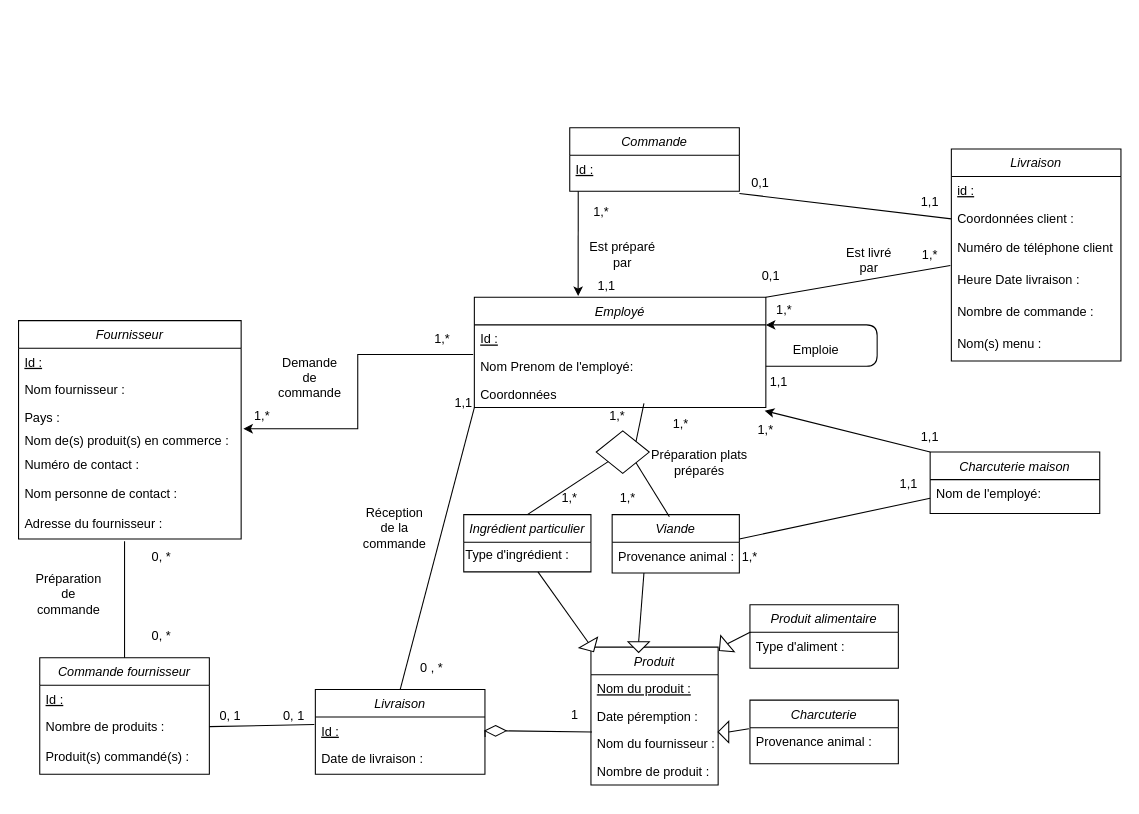
NHatim/aca keeps this draw.io diagram as Untitled Diagram.drawio. Above is the earlier version. Source tidied: cells renumbered, new cells numbered last; positions are measured from the earlier drawing's top-left corner, leaving out a move shared by most shapes. Both pictures are drawn from the tidied source at 106%, with x=0, y=0 at pixel (18, 127).
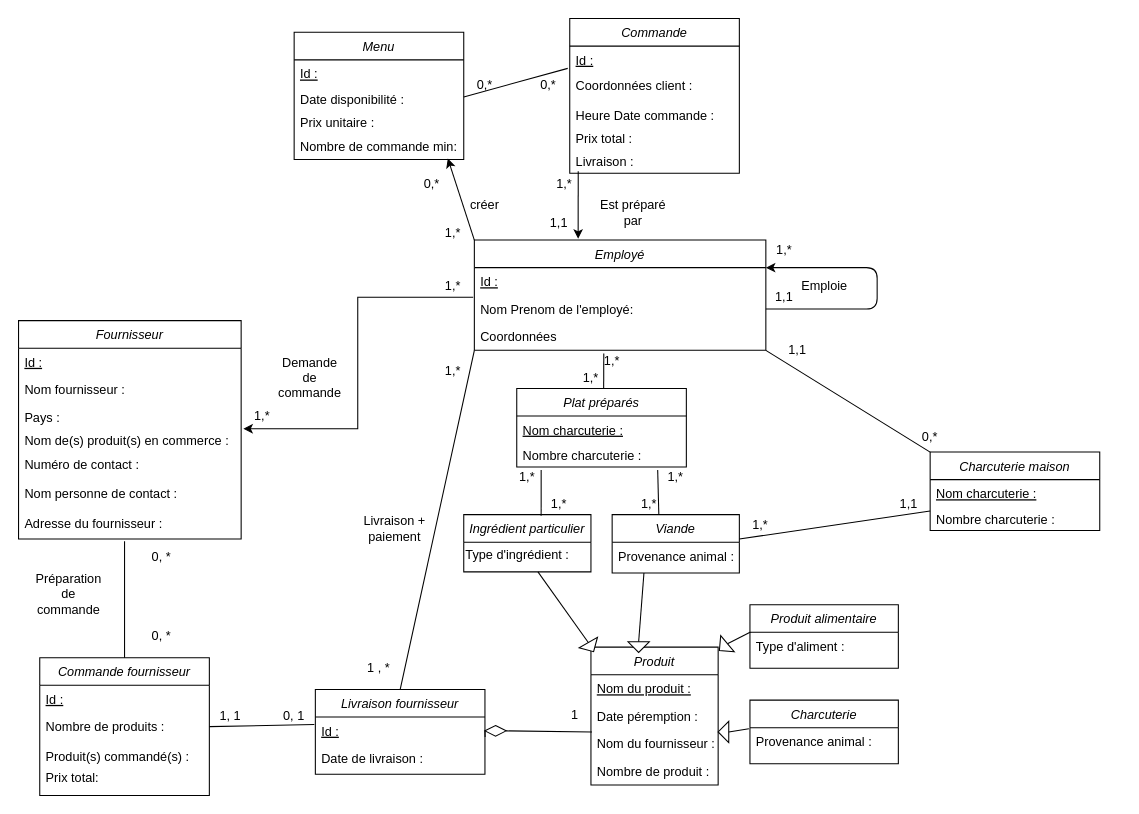
After the change.

Unchanged cells that the change refers to:
```xml
<mxCell id="2" value="Viande" style="swimlane;fontStyle=2;align=center;verticalAlign=top;horizontal=1;startSize=26;rounded=0;shadow=0;strokeWidth=1;" parent="1" vertex="1">
  <mxGeometry x="560" y="365" width="120" height="55" as="geometry" />
</mxCell>
<mxCell id="38" value="Coordonnées" style="text;align=left;verticalAlign=top;spacingLeft=4;spacingRight=4;overflow=hidden;points=[[0,0.5],[1,0.5]];portConstraint=eastwest;" parent="34" vertex="1">
  <mxGeometry y="78" width="275" height="26" as="geometry" />
</mxCell>
<mxCell id="55" value="Ingrédient particulier" style="swimlane;fontStyle=2;align=center;verticalAlign=top;horizontal=1;startSize=26;rounded=0;shadow=0;strokeWidth=1;" parent="1" vertex="1">
  <mxGeometry x="420" y="365" width="120" height="54" as="geometry" />
</mxCell>
```

Change to the diagram source:
```diff
@@
     <mxCell id="12" value="Commande fournisseur" style="swimlane;fontStyle=2;align=center;verticalAlign=top;horizontal=1;startSize=26;rounded=0;shadow=0;strokeWidth=1;" parent="1" vertex="1">
-      <mxGeometry x="20" y="500" width="160" height="110" as="geometry" />
+      <mxGeometry x="20" y="500" width="160" height="130" as="geometry" />
     </mxCell>
@@
     <mxCell id="15" value="Produit(s) commandé(s) :" style="text;align=left;verticalAlign=top;spacingLeft=4;spacingRight=4;overflow=hidden;fontStyle=0;" parent="12" vertex="1">
-      <mxGeometry y="80" width="160" height="22" as="geometry" />
+      <mxGeometry y="80" width="160" height="20" as="geometry" />
     </mxCell>
+    <mxCell id="102" value="Prix total:" style="text;align=left;verticalAlign=top;spacingLeft=4;spacingRight=4;overflow=hidden;fontStyle=0;" parent="12" vertex="1">
+      <mxGeometry y="100" width="160" height="20" as="geometry" />
+    </mxCell>
-    <mxCell id="16" value="Livraison" style="swimlane;fontStyle=2;align=center;verticalAlign=top;horizontal=1;startSize=26;rounded=0;shadow=0;strokeWidth=1;" parent="1" vertex="1">
+    <mxCell id="16" value="Livraison fournisseur" style="swimlane;fontStyle=2;align=center;verticalAlign=top;horizontal=1;startSize=26;rounded=0;shadow=0;strokeWidth=1;" parent="1" vertex="1">
       <mxGeometry x="280" y="530" width="160" height="80" as="geometry" />
     </mxCell>
@@
-    <mxCell id="23" value="0, 1" style="text;html=1;strokeColor=none;fillColor=none;align=center;verticalAlign=middle;whiteSpace=wrap;rounded=0;" parent="1" vertex="1">
+    <mxCell id="23" value="1, 1" style="text;html=1;strokeColor=none;fillColor=none;align=center;verticalAlign=middle;whiteSpace=wrap;rounded=0;" parent="1" vertex="1">
       <mxGeometry x="180" y="545" width="40" height="20" as="geometry" />
     </mxCell>
@@
-    <mxCell id="25" value="0 , *" style="text;html=1;strokeColor=none;fillColor=none;align=center;verticalAlign=middle;whiteSpace=wrap;rounded=0;" parent="1" vertex="1">
-      <mxGeometry x="370" y="500" width="40" height="20" as="geometry" />
+    <mxCell id="25" value="1 , *" style="text;html=1;strokeColor=none;fillColor=none;align=center;verticalAlign=middle;whiteSpace=wrap;rounded=0;" parent="1" vertex="1">
+      <mxGeometry x="320" y="500" width="40" height="20" as="geometry" />
     </mxCell>
-    <mxCell id="26" value="1,1" style="text;html=1;strokeColor=none;fillColor=none;align=center;verticalAlign=middle;whiteSpace=wrap;rounded=0;" parent="1" vertex="1">
-      <mxGeometry x="400" y="250" width="40" height="20" as="geometry" />
-    </mxCell>
@@
-    <mxCell id="31" value="1,*" style="text;html=1;strokeColor=none;fillColor=none;align=center;verticalAlign=middle;whiteSpace=wrap;rounded=0;" parent="1" vertex="1">
-      <mxGeometry x="545" y="262" width="40" height="20" as="geometry" />
-    </mxCell>
-    <mxCell id="32" value="Réception de la commande" style="text;html=1;strokeColor=none;fillColor=none;align=center;verticalAlign=middle;whiteSpace=wrap;rounded=0;" parent="1" vertex="1">
+    <mxCell id="32" value="Livraison + paiement" style="text;html=1;strokeColor=none;fillColor=none;align=center;verticalAlign=middle;whiteSpace=wrap;rounded=0;" parent="1" vertex="1">
       <mxGeometry x="320" y="368" width="70" height="20" as="geometry" />
     </mxCell>
@@
     <mxCell id="34" value="Employé" style="swimlane;fontStyle=2;align=center;verticalAlign=top;horizontal=1;startSize=26;rounded=0;shadow=0;strokeWidth=1;" parent="1" vertex="1">
-      <mxGeometry x="430" y="160" width="275" height="104" as="geometry" />
+      <mxGeometry x="430" y="106" width="275" height="104" as="geometry" />
     </mxCell>
@@
-    <mxCell id="39" style="rhombus;whiteSpace=wrap;html=1;" parent="1" vertex="1">
-      <mxGeometry x="545" y="286" width="50" height="40" as="geometry" />
-    </mxCell>
-    <mxCell id="40" style="endArrow=none;html=1;exitX=1;exitY=1;exitDx=0;exitDy=0;entryX=0.45;entryY=0.036;entryDx=0;entryDy=0;entryPerimeter=0;" parent="1" edge="1" source="39" target="2">
-      <mxGeometry relative="1" as="geometry" />
-    </mxCell>
-    <mxCell id="41" style="endArrow=none;html=1;exitX=1;exitY=0;exitDx=0;exitDy=0;" parent="1" edge="1" source="39">
-      <mxGeometry relative="1" as="geometry">
-        <mxPoint x="590" y="260" as="targetPoint" />
-      </mxGeometry>
-    </mxCell>
-    <mxCell id="42" style="endArrow=none;html=1;exitX=0.5;exitY=0;exitDx=0;exitDy=0;" parent="1" edge="1" source="55" target="39">
-      <mxGeometry relative="1" as="geometry" />
-    </mxCell>
-    <mxCell id="43" value="Préparation plats préparés" style="text;html=1;strokeColor=none;fillColor=none;align=center;verticalAlign=middle;whiteSpace=wrap;rounded=0;" parent="1" vertex="1">
-      <mxGeometry x="590" y="299" width="105" height="34" as="geometry" />
-    </mxCell>
-    <mxCell id="44" value="1,*" style="text;html=1;strokeColor=none;fillColor=none;align=center;verticalAlign=middle;whiteSpace=wrap;rounded=0;" parent="1" vertex="1">
-      <mxGeometry x="605" y="270" width="40" height="20" as="geometry" />
-    </mxCell>
-    <mxCell id="45" value="1,*" style="text;html=1;strokeColor=none;fillColor=none;align=center;verticalAlign=middle;whiteSpace=wrap;rounded=0;" parent="1" vertex="1">
-      <mxGeometry x="500" y="340" width="40" height="20" as="geometry" />
-    </mxCell>
-    <mxCell id="46" value="1,*" style="text;html=1;strokeColor=none;fillColor=none;align=center;verticalAlign=middle;whiteSpace=wrap;rounded=0;" parent="1" vertex="1">
-      <mxGeometry x="555" y="340" width="40" height="20" as="geometry" />
-    </mxCell>
@@
     <mxCell id="64" value="1,*" style="text;html=1;strokeColor=none;fillColor=none;align=center;verticalAlign=middle;whiteSpace=wrap;rounded=0;" parent="1" vertex="1">
-      <mxGeometry x="670" y="395" width="40" height="20" as="geometry" />
+      <mxGeometry x="680" y="365" width="40" height="20" as="geometry" />
     </mxCell>
     <mxCell id="65" value="Charcuterie maison" style="swimlane;fontStyle=2;align=center;verticalAlign=top;horizontal=1;startSize=26;rounded=0;shadow=0;strokeWidth=1;" parent="1" vertex="1">
-      <mxGeometry x="860" y="306" width="160" height="58" as="geometry" />
+      <mxGeometry x="860" y="306" width="160" height="74" as="geometry" />
     </mxCell>
-    <mxCell id="66" value="Nom de l'employé:" style="text;align=left;verticalAlign=top;spacingLeft=4;spacingRight=4;overflow=hidden;" parent="65" vertex="1">
-      <mxGeometry y="26" width="160" height="26" as="geometry" />
-    </mxCell>
+    <mxCell id="103" value="Nom charcuterie :" style="text;align=left;verticalAlign=top;spacingLeft=4;spacingRight=4;overflow=hidden;fontStyle=4;" parent="65" vertex="1">
+      <mxGeometry y="26" width="160" height="24" as="geometry" />
+    </mxCell>
+    <mxCell id="104" value="Nombre charcuterie :" style="text;align=left;verticalAlign=top;spacingLeft=4;spacingRight=4;overflow=hidden;fontStyle=0;" parent="65" vertex="1">
+      <mxGeometry y="50" width="160" height="24" as="geometry" />
+    </mxCell>
@@
-    <mxCell id="68" value="1,1" style="text;html=1;strokeColor=none;fillColor=none;align=center;verticalAlign=middle;whiteSpace=wrap;rounded=0;" parent="1" vertex="1">
+    <mxCell id="68" value="0,*" style="text;html=1;strokeColor=none;fillColor=none;align=center;verticalAlign=middle;whiteSpace=wrap;rounded=0;" parent="1" vertex="1">
       <mxGeometry x="840" y="282" width="40" height="20" as="geometry" />
     </mxCell>
-    <mxCell id="69" value="1,*" style="text;html=1;strokeColor=none;fillColor=none;align=center;verticalAlign=middle;whiteSpace=wrap;rounded=0;" parent="1" vertex="1">
-      <mxGeometry x="685" y="275" width="40" height="20" as="geometry" />
-    </mxCell>
     <mxCell id="70" value="1,1" style="text;html=1;strokeColor=none;fillColor=none;align=center;verticalAlign=middle;whiteSpace=wrap;rounded=0;" parent="1" vertex="1">
-      <mxGeometry x="820" y="326" width="40" height="20" as="geometry" />
+      <mxGeometry x="820" y="345" width="40" height="20" as="geometry" />
     </mxCell>
@@
     <mxCell id="75" value="Emploie" style="text;html=1;strokeColor=none;fillColor=none;align=center;verticalAlign=middle;whiteSpace=wrap;rounded=0;" parent="1" vertex="1">
-      <mxGeometry x="710" y="200" width="85" height="20" as="geometry" />
+      <mxGeometry x="717.5" y="140" width="85" height="20" as="geometry" />
     </mxCell>
     <mxCell id="76" value="1,*" style="text;html=1;strokeColor=none;fillColor=none;align=center;verticalAlign=middle;whiteSpace=wrap;rounded=0;" parent="1" vertex="1">
-      <mxGeometry x="710" y="162" width="25" height="20" as="geometry" />
+      <mxGeometry x="710" y="106" width="25" height="20" as="geometry" />
     </mxCell>
     <mxCell id="77" value="1,1" style="text;html=1;strokeColor=none;fillColor=none;align=center;verticalAlign=middle;whiteSpace=wrap;rounded=0;" parent="1" vertex="1">
-      <mxGeometry x="710" y="230" width="15" height="20" as="geometry" />
+      <mxGeometry x="715" y="150" width="15" height="20" as="geometry" />
     </mxCell>
     <mxCell id="78" value="Commande" style="swimlane;fontStyle=2;align=center;verticalAlign=top;horizontal=1;startSize=26;rounded=0;shadow=0;strokeWidth=1;" parent="1" vertex="1">
-      <mxGeometry x="520" width="160" height="60" as="geometry" />
+      <mxGeometry x="520" y="-103" width="160" height="146" as="geometry" />
     </mxCell>
@@
+    <mxCell id="86" value="Coordonnées client :" style="text;align=left;verticalAlign=top;spacingLeft=4;spacingRight=4;overflow=hidden;points=[[0,0.5],[1,0.5]];portConstraint=eastwest;" parent="78" vertex="1">
+      <mxGeometry y="50" width="160" height="28" as="geometry" />
+    </mxCell>
+    <mxCell id="105" value="Heure Date commande :" style="text;align=left;verticalAlign=top;spacingLeft=4;spacingRight=4;overflow=hidden;" parent="78" vertex="1">
+      <mxGeometry y="78" width="160" height="22" as="geometry" />
+    </mxCell>
+    <mxCell id="106" value="Prix total :" style="text;align=left;verticalAlign=top;spacingLeft=4;spacingRight=4;overflow=hidden;" parent="78" vertex="1">
+      <mxGeometry y="100" width="160" height="22" as="geometry" />
+    </mxCell>
+    <mxCell id="107" value="Livraison :" style="text;align=left;verticalAlign=top;spacingLeft=4;spacingRight=4;overflow=hidden;" parent="78" vertex="1">
+      <mxGeometry y="122" width="160" height="22" as="geometry" />
+    </mxCell>
     <mxCell id="80" style="endArrow=classic;html=1;entryX=0.356;entryY=-0.012;entryDx=0;entryDy=0;entryPerimeter=0;" parent="1" edge="1" target="34">
       <mxGeometry relative="1" as="geometry">
-        <mxPoint x="528" y="60" as="sourcePoint" />
+        <mxPoint x="528" y="41" as="sourcePoint" />
       </mxGeometry>
     </mxCell>
     <mxCell id="81" value="Est préparé par" style="text;html=1;strokeColor=none;fillColor=none;align=center;verticalAlign=middle;whiteSpace=wrap;rounded=0;" parent="1" vertex="1">
-      <mxGeometry x="535" y="110" width="70" height="20" as="geometry" />
+      <mxGeometry x="545" y="70" width="70" height="20" as="geometry" />
     </mxCell>
     <mxCell id="82" value="1,*" style="text;html=1;strokeColor=none;fillColor=none;align=center;verticalAlign=middle;whiteSpace=wrap;rounded=0;" parent="1" vertex="1">
-      <mxGeometry x="530" y="70" width="40" height="20" as="geometry" />
+      <mxGeometry x="495" y="43" width="40" height="20" as="geometry" />
     </mxCell>
     <mxCell id="83" value="1,1" style="text;html=1;strokeColor=none;fillColor=none;align=center;verticalAlign=middle;whiteSpace=wrap;rounded=0;" parent="1" vertex="1">
-      <mxGeometry x="535" y="140" width="40" height="20" as="geometry" />
+      <mxGeometry x="490" y="80" width="40" height="20" as="geometry" />
     </mxCell>
-    <mxCell id="84" value="Livraison" style="swimlane;fontStyle=2;align=center;verticalAlign=top;horizontal=1;startSize=26;rounded=0;shadow=0;strokeWidth=1;" parent="1" vertex="1">
-      <mxGeometry x="880" y="20" width="160" height="200" as="geometry" />
-    </mxCell>
-    <mxCell id="85" value="id :" style="text;align=left;verticalAlign=top;spacingLeft=4;spacingRight=4;overflow=hidden;fontStyle=4;" parent="84" vertex="1">
-      <mxGeometry y="26" width="160" height="26" as="geometry" />
-    </mxCell>
-    <mxCell id="86" value="Coordonnées client :" style="text;align=left;verticalAlign=top;spacingLeft=4;spacingRight=4;overflow=hidden;points=[[0,0.5],[1,0.5]];portConstraint=eastwest;" parent="84" vertex="1">
-      <mxGeometry y="52" width="160" height="28" as="geometry" />
-    </mxCell>
-    <mxCell id="87" value="Numéro de téléphone client :" style="text;align=left;verticalAlign=top;spacingLeft=4;spacingRight=4;overflow=hidden;points=[[0,0.5],[1,0.5]];portConstraint=eastwest;fontStyle=0;" parent="84" vertex="1">
-      <mxGeometry y="80" width="160" height="30" as="geometry" />
-    </mxCell>
-    <mxCell id="88" value="Heure Date livraison :" style="text;align=left;verticalAlign=top;spacingLeft=4;spacingRight=4;overflow=hidden;fontStyle=0;" parent="84" vertex="1">
-      <mxGeometry y="110" width="160" height="30" as="geometry" />
-    </mxCell>
-    <mxCell id="89" value="Nombre de commande :" style="text;align=left;verticalAlign=top;spacingLeft=4;spacingRight=4;overflow=hidden;fontStyle=0;" parent="84" vertex="1">
-      <mxGeometry y="140" width="160" height="30" as="geometry" />
-    </mxCell>
-    <mxCell id="90" value="Nom(s) menu :" style="text;align=left;verticalAlign=top;spacingLeft=4;spacingRight=4;overflow=hidden;fontStyle=0;" parent="84" vertex="1">
-      <mxGeometry y="170" width="160" height="30" as="geometry" />
-    </mxCell>
-    <mxCell id="91" style="endArrow=none;html=1;entryX=-0.006;entryY=1;entryDx=0;entryDy=0;entryPerimeter=0;exitX=1;exitY=0;exitDx=0;exitDy=0;" parent="1" edge="1" source="34" target="87">
-      <mxGeometry relative="1" as="geometry" />
-    </mxCell>
-    <mxCell id="92" style="endArrow=none;html=1;exitX=0;exitY=1;exitDx=0;exitDy=0;entryX=0;entryY=0.5;entryDx=0;entryDy=0;" parent="1" edge="1" source="93" target="86">
-      <mxGeometry relative="1" as="geometry" />
-    </mxCell>
-    <mxCell id="93" value="0,1" style="text;html=1;strokeColor=none;fillColor=none;align=center;verticalAlign=middle;whiteSpace=wrap;rounded=0;" parent="1" vertex="1">
-      <mxGeometry x="680" y="42" width="40" height="20" as="geometry" />
-    </mxCell>
-    <mxCell id="94" value="1,1" style="text;html=1;strokeColor=none;fillColor=none;align=center;verticalAlign=middle;whiteSpace=wrap;rounded=0;" parent="1" vertex="1">
-      <mxGeometry x="840" y="60" width="40" height="20" as="geometry" />
-    </mxCell>
-    <mxCell id="95" value="Est livré par" style="text;html=1;strokeColor=none;fillColor=none;align=center;verticalAlign=middle;whiteSpace=wrap;rounded=0;" parent="1" vertex="1">
-      <mxGeometry x="775" y="110" width="55" height="30" as="geometry" />
-    </mxCell>
-    <mxCell id="96" value="0,1" style="text;html=1;strokeColor=none;fillColor=none;align=center;verticalAlign=middle;whiteSpace=wrap;rounded=0;" parent="1" vertex="1">
-      <mxGeometry x="690" y="130" width="40" height="20" as="geometry" />
-    </mxCell>
-    <mxCell id="97" value="1,*" style="text;html=1;strokeColor=none;fillColor=none;align=center;verticalAlign=middle;whiteSpace=wrap;rounded=0;" parent="1" vertex="1">
-      <mxGeometry x="840" y="110" width="40" height="20" as="geometry" />
-    </mxCell>
@@
     <mxCell id="100" value="1,*" style="text;html=1;strokeColor=none;fillColor=none;align=center;verticalAlign=middle;whiteSpace=wrap;rounded=0;" parent="1" vertex="1">
-      <mxGeometry x="380" y="190" width="40" height="20" as="geometry" />
+      <mxGeometry x="390" y="140" width="40" height="20" as="geometry" />
     </mxCell>
+    <mxCell id="108" value="Menu" style="swimlane;fontStyle=2;align=center;verticalAlign=top;horizontal=1;startSize=26;rounded=0;shadow=0;strokeWidth=1;" parent="1" vertex="1">
+      <mxGeometry x="260" y="-90" width="160" height="120" as="geometry" />
+    </mxCell>
+    <mxCell id="109" value="Id :" style="text;align=left;verticalAlign=top;spacingLeft=4;spacingRight=4;overflow=hidden;fontStyle=4;" parent="108" vertex="1">
+      <mxGeometry y="26" width="160" height="24" as="geometry" />
+    </mxCell>
+    <mxCell id="110" value="Date disponibilité :" style="text;align=left;verticalAlign=top;spacingLeft=4;spacingRight=4;overflow=hidden;points=[[0,0.5],[1,0.5]];portConstraint=eastwest;" parent="108" vertex="1">
+      <mxGeometry y="50" width="160" height="22" as="geometry" />
+    </mxCell>
+    <mxCell id="111" value="Prix unitaire :" style="text;align=left;verticalAlign=top;spacingLeft=4;spacingRight=4;overflow=hidden;" parent="108" vertex="1">
+      <mxGeometry y="72" width="160" height="22" as="geometry" />
+    </mxCell>
+    <mxCell id="112" value="Nombre de commande min:" style="text;align=left;verticalAlign=top;spacingLeft=4;spacingRight=4;overflow=hidden;points=[[0,0.5],[1,0.5]];portConstraint=eastwest;" parent="108" vertex="1">
+      <mxGeometry y="94" width="160" height="22" as="geometry" />
+    </mxCell>
+    <mxCell id="113" style="endArrow=none;html=1;exitX=1;exitY=0.5;exitDx=0;exitDy=0;entryX=-0.012;entryY=-0.107;entryDx=0;entryDy=0;entryPerimeter=0;" parent="1" edge="1" source="110" target="86">
+      <mxGeometry relative="1" as="geometry" />
+    </mxCell>
+    <mxCell id="114" value="créer" style="text;html=1;strokeColor=none;fillColor=none;align=center;verticalAlign=middle;whiteSpace=wrap;rounded=0;" parent="1" vertex="1">
+      <mxGeometry x="420" y="63" width="40" height="20" as="geometry" />
+    </mxCell>
+    <mxCell id="115" value="1,*" style="text;html=1;strokeColor=none;fillColor=none;align=center;verticalAlign=middle;whiteSpace=wrap;rounded=0;" parent="1" vertex="1">
+      <mxGeometry x="390" y="90" width="40" height="20" as="geometry" />
+    </mxCell>
+    <mxCell id="116" value="0,*" style="text;html=1;strokeColor=none;fillColor=none;align=center;verticalAlign=middle;whiteSpace=wrap;rounded=0;" parent="1" vertex="1">
+      <mxGeometry x="370" y="43" width="40" height="20" as="geometry" />
+    </mxCell>
+    <mxCell id="117" style="endArrow=classic;html=1;entryX=0.906;entryY=1.136;entryDx=0;entryDy=0;entryPerimeter=0;exitX=0;exitY=0;exitDx=0;exitDy=0;" parent="1" edge="1" source="34" target="112">
+      <mxGeometry relative="1" as="geometry" />
+    </mxCell>
+    <mxCell id="118" value="0,*" style="text;html=1;strokeColor=none;fillColor=none;align=center;verticalAlign=middle;whiteSpace=wrap;rounded=0;" parent="1" vertex="1">
+      <mxGeometry x="420" y="-50" width="40" height="20" as="geometry" />
+    </mxCell>
+    <mxCell id="119" value="0,*" style="text;html=1;strokeColor=none;fillColor=none;align=center;verticalAlign=middle;whiteSpace=wrap;rounded=0;" parent="1" vertex="1">
+      <mxGeometry x="480" y="-50" width="40" height="20" as="geometry" />
+    </mxCell>
+    <mxCell id="120" value="Plat préparés" style="swimlane;fontStyle=2;align=center;verticalAlign=top;horizontal=1;startSize=26;rounded=0;shadow=0;strokeWidth=1;" parent="1" vertex="1">
+      <mxGeometry x="470" y="246" width="160" height="74" as="geometry" />
+    </mxCell>
+    <mxCell id="121" value="Nom charcuterie :" style="text;align=left;verticalAlign=top;spacingLeft=4;spacingRight=4;overflow=hidden;fontStyle=4;" parent="120" vertex="1">
+      <mxGeometry y="26" width="160" height="24" as="geometry" />
+    </mxCell>
+    <mxCell id="122" value="Nombre charcuterie :" style="text;align=left;verticalAlign=top;spacingLeft=4;spacingRight=4;overflow=hidden;points=[[0,0.5],[1,0.5]];portConstraint=eastwest;fontStyle=0;" parent="120" vertex="1">
+      <mxGeometry y="50" width="160" height="24" as="geometry" />
+    </mxCell>
+    <mxCell id="123" value="1,1" style="text;html=1;strokeColor=none;fillColor=none;align=center;verticalAlign=middle;whiteSpace=wrap;rounded=0;" parent="1" vertex="1">
+      <mxGeometry x="715" y="200" width="40" height="20" as="geometry" />
+    </mxCell>
-    <mxCell id="101" style="endArrow=classic;html=1;entryX=0.996;entryY=1.115;entryDx=0;entryDy=0;entryPerimeter=0;exitX=0;exitY=0;exitDx=0;exitDy=0;" parent="1" edge="1" source="65" target="38">
+    <mxCell id="101" style="endArrow=none;html=1;entryX=1;entryY=1;entryDx=0;entryDy=0;entryPerimeter=0;exitX=0;exitY=0;exitDx=0;exitDy=0;" parent="1" edge="1" source="65" target="38">
       <mxGeometry relative="1" as="geometry" />
     </mxCell>
+    <mxCell id="124" value="1,*" style="text;html=1;strokeColor=none;fillColor=none;align=center;verticalAlign=middle;whiteSpace=wrap;rounded=0;" parent="1" vertex="1">
+      <mxGeometry x="390" y="220" width="40" height="20" as="geometry" />
+    </mxCell>
+    <mxCell id="125" style="endArrow=none;html=1;entryX=0.144;entryY=1.125;entryDx=0;entryDy=0;entryPerimeter=0;" parent="1" edge="1" target="122">
+      <mxGeometry relative="1" as="geometry">
+        <mxPoint x="493" y="366" as="sourcePoint" />
+      </mxGeometry>
+    </mxCell>
+    <mxCell id="126" style="endArrow=none;html=1;entryX=0.831;entryY=1.125;entryDx=0;entryDy=0;entryPerimeter=0;exitX=0.367;exitY=0;exitDx=0;exitDy=0;exitPerimeter=0;" parent="1" edge="1" source="2" target="122">
+      <mxGeometry relative="1" as="geometry" />
+    </mxCell>
+    <mxCell id="127" style="endArrow=none;html=1;entryX=0.444;entryY=1.115;entryDx=0;entryDy=0;entryPerimeter=0;" parent="1" edge="1" target="38">
+      <mxGeometry relative="1" as="geometry">
+        <mxPoint x="552" y="246" as="sourcePoint" />
+      </mxGeometry>
+    </mxCell>
+    <mxCell id="128" value="1,*" style="text;html=1;strokeColor=none;fillColor=none;align=center;verticalAlign=middle;whiteSpace=wrap;rounded=0;" parent="1" vertex="1">
+      <mxGeometry x="540" y="210" width="40" height="20" as="geometry" />
+    </mxCell>
+    <mxCell id="129" value="1,*" style="text;html=1;strokeColor=none;fillColor=none;align=center;verticalAlign=middle;whiteSpace=wrap;rounded=0;" parent="1" vertex="1">
+      <mxGeometry x="520" y="226" width="40" height="20" as="geometry" />
+    </mxCell>
+    <mxCell id="130" value="1,*" style="text;html=1;strokeColor=none;fillColor=none;align=center;verticalAlign=middle;whiteSpace=wrap;rounded=0;" parent="1" vertex="1">
+      <mxGeometry x="460" y="320" width="40" height="20" as="geometry" />
+    </mxCell>
+    <mxCell id="131" value="1,*" style="text;html=1;strokeColor=none;fillColor=none;align=center;verticalAlign=middle;whiteSpace=wrap;rounded=0;" parent="1" vertex="1">
+      <mxGeometry x="490" y="345" width="40" height="20" as="geometry" />
+    </mxCell>
+    <mxCell id="132" value="1,*" style="text;html=1;strokeColor=none;fillColor=none;align=center;verticalAlign=middle;whiteSpace=wrap;rounded=0;" parent="1" vertex="1">
+      <mxGeometry x="575" y="345" width="40" height="20" as="geometry" />
+    </mxCell>
+    <mxCell id="133" value="1,*" style="text;html=1;strokeColor=none;fillColor=none;align=center;verticalAlign=middle;whiteSpace=wrap;rounded=0;" parent="1" vertex="1">
+      <mxGeometry x="600" y="320" width="40" height="20" as="geometry" />
+    </mxCell>
```
